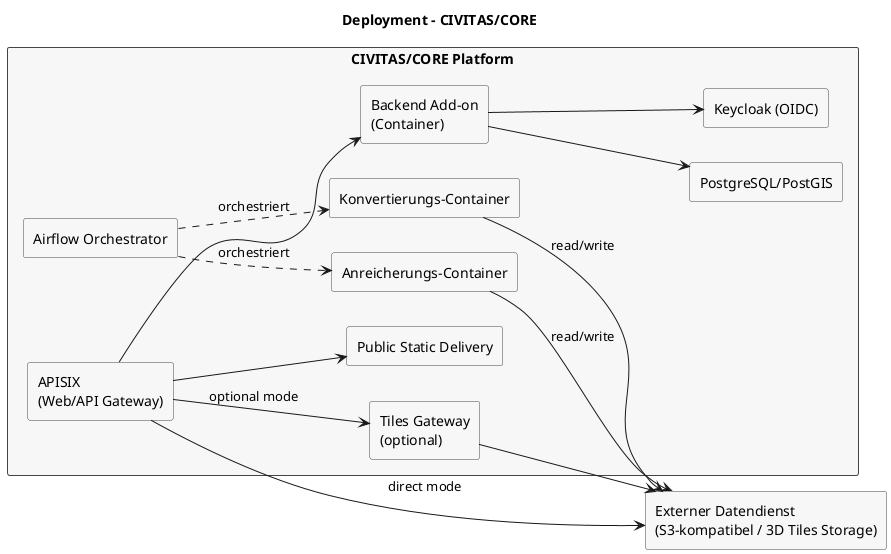
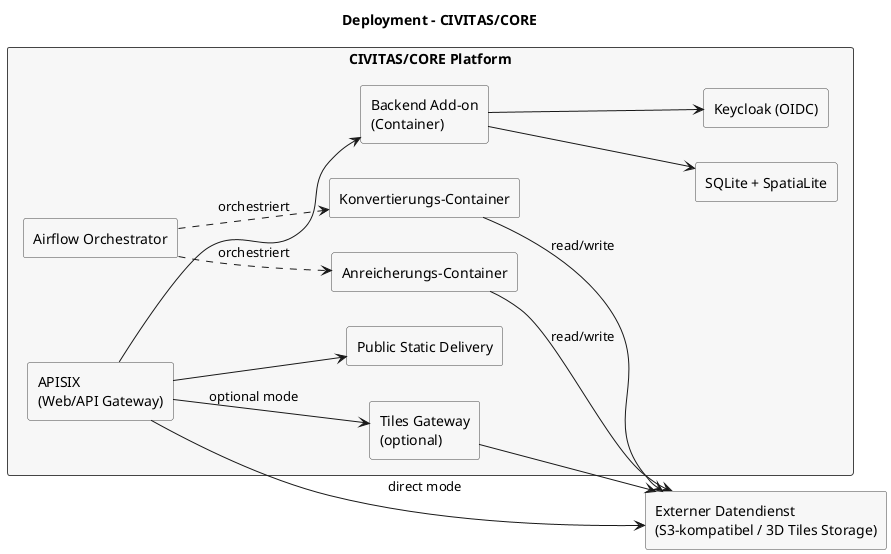
@startuml
left to right direction
skinparam rectangle {
  BackgroundColor #F7F7F7
  BorderColor #444444
}

- title Deployment – CIVITAS/CORE
+ title Deployment - CIVITAS/CORE

rectangle "CIVITAS/CORE Platform" as civitas {
  rectangle "APISIX\n(Web/API Gateway)" as gateway
  rectangle "Backend Add-on\n(Container)" as backend
  rectangle "Airflow Orchestrator" as airflow
  rectangle "Konvertierungs-Container" as convert
  rectangle "Anreicherungs-Container" as enrich
  rectangle "Public Static Delivery" as static
  rectangle "Tiles Gateway\n(optional)" as tiles
-   rectangle "PostgreSQL/PostGIS" as db
+   rectangle "SQLite + SpatiaLite" as db
  rectangle "Keycloak (OIDC)" as keycloak
}

rectangle "Externer Datendienst\n(S3-kompatibel / 3D Tiles Storage)" as s3

gateway --> static
gateway --> backend
gateway --> tiles : optional mode
gateway --> s3 : direct mode

backend --> db
backend --> keycloak

tiles --> s3

airflow ..> convert : orchestriert
airflow ..> enrich : orchestriert
convert --> s3 : read/write
enrich --> s3 : read/write

@enduml
